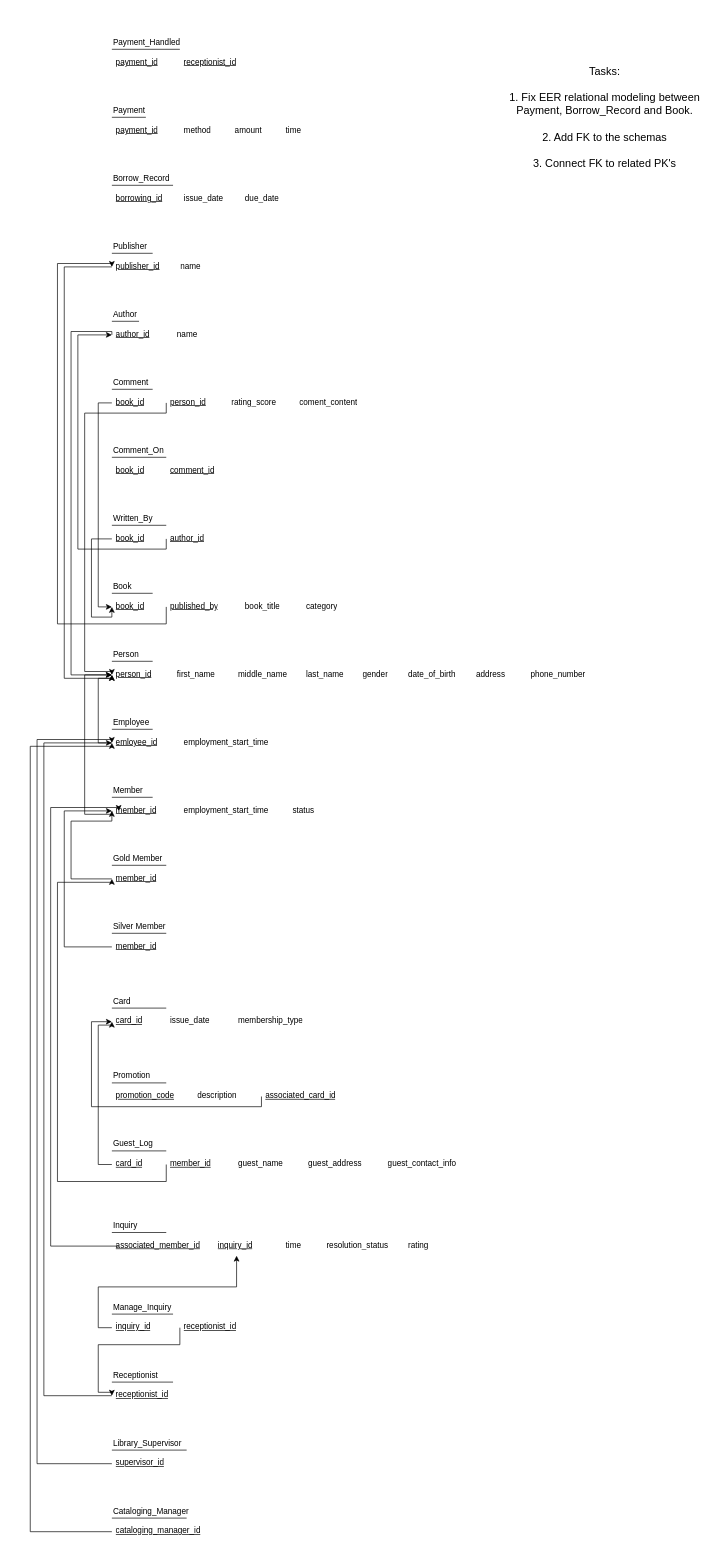
AO-5002/cs4347-EER-project keeps this draw.io diagram as page "RELATIONAL SCHEMA" (2 of 2) of CS4347 - Project.drawio. Above is the earlier version. Source tidied: cells renumbered, new cells numbered last; positions are measured from the earlier drawing's top-left corner, leaving out a move shared by most shapes. Both pictures are drawn from the tidied source at 68%, with x=0, y=0 at pixel (30, 12).
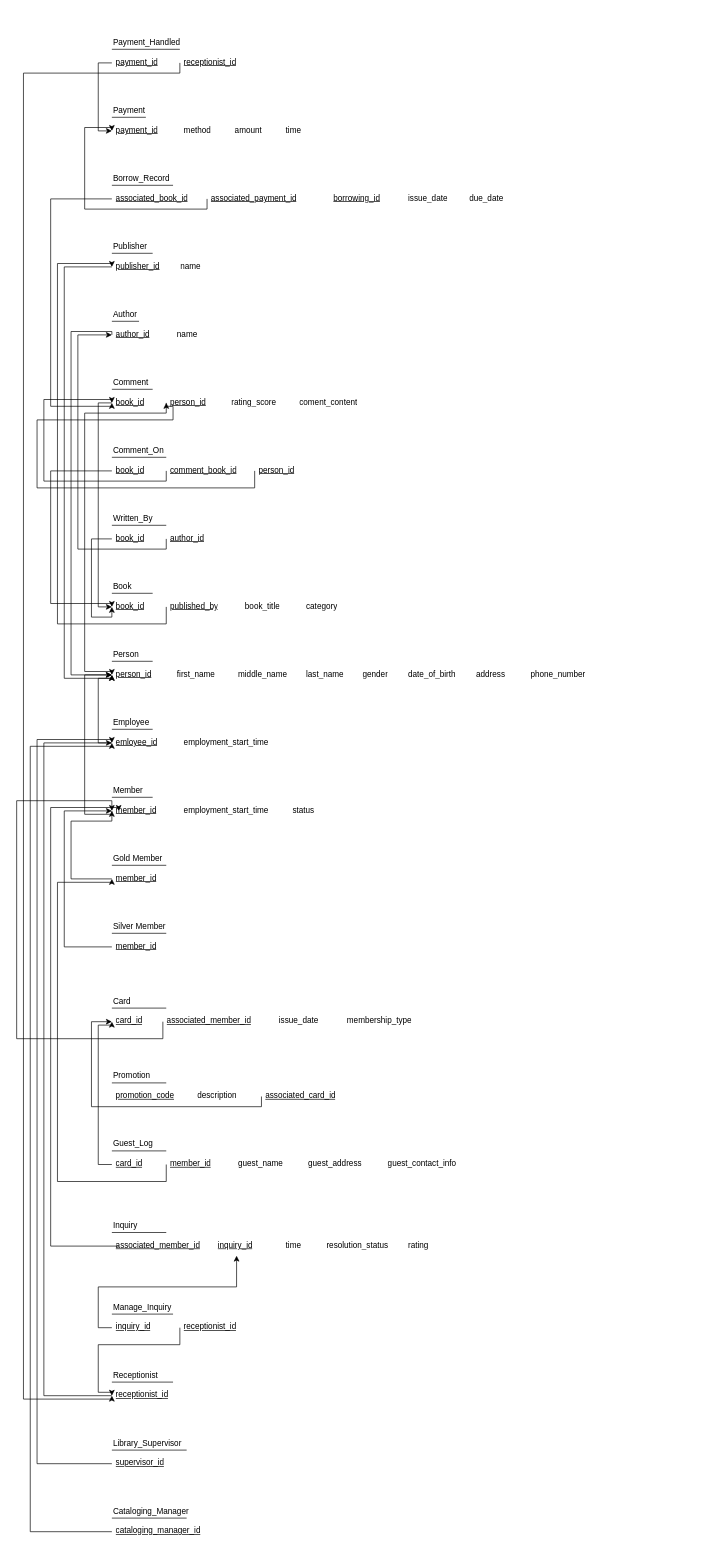
Above is the later version.

Commit message (it also covers changes not shown here):
Finalized FK's and relational mapping. Need revision

The change refers to these unchanged cells:
```xml
<mxCell id="20" value="&lt;u&gt;member_id&lt;/u&gt;" style="text;strokeColor=none;fillColor=none;spacingLeft=4;spacingRight=4;overflow=hidden;points=[[0,0.5],[1,0.5]];portConstraint=eastwest;fontSize=12;whiteSpace=wrap;html=1;" parent="1" vertex="1">
  <mxGeometry x="120" y="1160" width="80" height="30" as="geometry" />
</mxCell>
<mxCell id="51" value="&lt;u&gt;book_id&lt;/u&gt;" style="text;strokeColor=none;fillColor=none;spacingLeft=4;spacingRight=4;overflow=hidden;points=[[0,0.5],[1,0.5]];portConstraint=eastwest;fontSize=12;whiteSpace=wrap;html=1;" parent="1" vertex="1">
  <mxGeometry x="120" y="860" width="80" height="30" as="geometry" />
</mxCell>
<mxCell id="57" value="&lt;u&gt;book_id&lt;/u&gt;" style="text;strokeColor=none;fillColor=none;spacingLeft=4;spacingRight=4;overflow=hidden;points=[[0,0.5],[1,0.5]];portConstraint=eastwest;fontSize=12;whiteSpace=wrap;html=1;" parent="1" vertex="1">
  <mxGeometry x="120" y="560" width="80" height="30" as="geometry" />
</mxCell>
<mxCell id="59" value="&lt;u&gt;person_id&lt;/u&gt;" style="text;strokeColor=none;fillColor=none;spacingLeft=4;spacingRight=4;overflow=hidden;points=[[0,0.5],[1,0.5]];portConstraint=eastwest;fontSize=12;whiteSpace=wrap;html=1;" parent="1" vertex="1">
  <mxGeometry x="200" y="560" width="70" height="30" as="geometry" />
</mxCell>
<mxCell id="64" value="&lt;u&gt;book_id&lt;/u&gt;" style="text;strokeColor=none;fillColor=none;spacingLeft=4;spacingRight=4;overflow=hidden;points=[[0,0.5],[1,0.5]];portConstraint=eastwest;fontSize=12;whiteSpace=wrap;html=1;" parent="1" vertex="1">
  <mxGeometry x="120" y="660" width="80" height="30" as="geometry" />
</mxCell>
<mxCell id="89" value="&lt;u&gt;payment_id&lt;/u&gt;" style="text;strokeColor=none;fillColor=none;spacingLeft=4;spacingRight=4;overflow=hidden;points=[[0,0.5],[1,0.5]];portConstraint=eastwest;fontSize=12;whiteSpace=wrap;html=1;" parent="1" vertex="1">
  <mxGeometry x="120" y="160" width="80" height="30" as="geometry" />
</mxCell>
<mxCell id="107" value="&lt;u&gt;receptionist_id&lt;/u&gt;" style="text;strokeColor=none;fillColor=none;spacingLeft=4;spacingRight=4;overflow=hidden;points=[[0,0.5],[1,0.5]];portConstraint=eastwest;fontSize=12;whiteSpace=wrap;html=1;" parent="1" vertex="1">
  <mxGeometry x="120" y="2020" width="90" height="30" as="geometry" />
</mxCell>
<mxCell id="118" value="&lt;u&gt;payment_id&lt;/u&gt;" style="text;strokeColor=none;fillColor=none;spacingLeft=4;spacingRight=4;overflow=hidden;points=[[0,0.5],[1,0.5]];portConstraint=eastwest;fontSize=12;whiteSpace=wrap;html=1;" parent="1" vertex="1">
  <mxGeometry x="120" y="60" width="80" height="30" as="geometry" />
</mxCell>
<mxCell id="119" value="&lt;u&gt;receptionist_id&lt;/u&gt;" style="text;strokeColor=none;fillColor=none;spacingLeft=4;spacingRight=4;overflow=hidden;points=[[0,0.5],[1,0.5]];portConstraint=eastwest;fontSize=12;whiteSpace=wrap;html=1;" parent="1" vertex="1">
  <mxGeometry x="220" y="60" width="120" height="30" as="geometry" />
</mxCell>
```

Diff of the diagram source:
```diff
@@
     <mxCell id="38" value="issue_date" style="text;strokeColor=none;fillColor=none;spacingLeft=4;spacingRight=4;overflow=hidden;fontSize=12;whiteSpace=wrap;html=1;" parent="1" vertex="1">
-      <mxGeometry x="200" y="1470" width="80" height="30" as="geometry" />
+      <mxGeometry x="360" y="1470" width="80" height="30" as="geometry" />
     </mxCell>
     <mxCell id="39" value="membership_type" style="text;strokeColor=none;fillColor=none;spacingLeft=4;spacingRight=4;overflow=hidden;fontSize=12;whiteSpace=wrap;html=1;" parent="1" vertex="1">
-      <mxGeometry x="300" y="1470" width="120" height="30" as="geometry" />
+      <mxGeometry x="460" y="1470" width="120" height="30" as="geometry" />
     </mxCell>
@@
+    <mxCell id="128" style="edgeStyle=orthogonalEdgeStyle;rounded=0;jettySize=auto;html=1;exitX=0;exitY=0.5;exitDx=0;exitDy=0;entryX=0;entryY=0.5;entryDx=0;entryDy=0;" parent="1" edge="1" source="64" target="51">
+      <mxGeometry relative="1" as="geometry">
+        <Array as="points">
+          <mxPoint x="30" y="675" />
+          <mxPoint x="30" y="870" />
+          <mxPoint x="120" y="870" />
+        </Array>
+      </mxGeometry>
+    </mxCell>
@@
+    <mxCell id="129" style="edgeStyle=orthogonalEdgeStyle;rounded=0;jettySize=auto;html=1;exitX=0;exitY=0.5;exitDx=0;exitDy=0;entryX=0;entryY=0.5;entryDx=0;entryDy=0;" parent="1" edge="1" source="65" target="57">
+      <mxGeometry relative="1" as="geometry">
+        <Array as="points">
+          <mxPoint x="200" y="690" />
+          <mxPoint x="20" y="690" />
+          <mxPoint x="20" y="570" />
+          <mxPoint x="120" y="570" />
+        </Array>
+      </mxGeometry>
+    </mxCell>
-    <mxCell id="65" value="&lt;u&gt;comment_id&lt;/u&gt;" style="text;strokeColor=none;fillColor=none;spacingLeft=4;spacingRight=4;overflow=hidden;points=[[0,0.5],[1,0.5]];portConstraint=eastwest;fontSize=12;whiteSpace=wrap;html=1;" parent="1" vertex="1">
-      <mxGeometry x="200" y="660" width="80" height="30" as="geometry" />
+    <mxCell id="65" value="&lt;u&gt;comment_book_id&lt;/u&gt;" style="text;strokeColor=none;fillColor=none;spacingLeft=4;spacingRight=4;overflow=hidden;points=[[0,0.5],[1,0.5]];portConstraint=eastwest;fontSize=12;whiteSpace=wrap;html=1;" parent="1" vertex="1">
+      <mxGeometry x="200" y="660" width="120" height="30" as="geometry" />
     </mxCell>
@@
     <mxCell id="84" value="&lt;u&gt;borrowing_id&lt;/u&gt;" style="text;strokeColor=none;fillColor=none;spacingLeft=4;spacingRight=4;overflow=hidden;fontSize=12;whiteSpace=wrap;html=1;" parent="1" vertex="1">
-      <mxGeometry x="120" y="260" width="80" height="30" as="geometry" />
+      <mxGeometry x="440" y="260" width="80" height="30" as="geometry" />
     </mxCell>
     <mxCell id="85" value="issue_date" style="text;strokeColor=none;fillColor=none;spacingLeft=4;spacingRight=4;overflow=hidden;fontSize=12;whiteSpace=wrap;html=1;" parent="1" vertex="1">
-      <mxGeometry x="220" y="260" width="70" height="30" as="geometry" />
+      <mxGeometry x="550" y="260" width="70" height="30" as="geometry" />
     </mxCell>
     <mxCell id="86" value="due_date" style="text;strokeColor=none;fillColor=none;spacingLeft=4;spacingRight=4;overflow=hidden;fontSize=12;whiteSpace=wrap;html=1;" parent="1" vertex="1">
-      <mxGeometry x="310" y="260" width="70" height="30" as="geometry" />
+      <mxGeometry x="640" y="260" width="70" height="30" as="geometry" />
     </mxCell>
@@
+    <mxCell id="130" style="edgeStyle=orthogonalEdgeStyle;rounded=0;jettySize=auto;html=1;exitX=0;exitY=0.5;exitDx=0;exitDy=0;entryX=0;entryY=0.5;entryDx=0;entryDy=0;" parent="1" edge="1" source="118" target="89">
+      <mxGeometry relative="1" as="geometry" />
+    </mxCell>
@@
+    <mxCell id="131" style="edgeStyle=orthogonalEdgeStyle;rounded=0;jettySize=auto;html=1;exitX=0;exitY=0.5;exitDx=0;exitDy=0;entryX=0;entryY=0.5;entryDx=0;entryDy=0;" parent="1" edge="1" source="119" target="107">
+      <mxGeometry relative="1" as="geometry">
+        <Array as="points">
+          <mxPoint x="220" y="90" />
+          <mxPoint x="-10" y="90" />
+          <mxPoint x="-10" y="2040" />
+          <mxPoint x="120" y="2040" />
+        </Array>
+      </mxGeometry>
+    </mxCell>
@@
-    <mxCell id="120" value="&lt;font style=&quot;font-size: 16px;&quot;&gt;Tasks:&lt;/font&gt;&lt;div&gt;&lt;font size=&quot;3&quot;&gt;&lt;br&gt;&lt;/font&gt;&lt;div&gt;&lt;font style=&quot;font-size: 16px;&quot;&gt;1. Fix EER relational modeling between Payment, Borrow_Record and Book.&lt;/font&gt;&lt;/div&gt;&lt;div&gt;&lt;font style=&quot;font-size: 16px;&quot;&gt;&lt;br&gt;&lt;/font&gt;&lt;/div&gt;&lt;div&gt;&lt;font style=&quot;font-size: 16px;&quot;&gt;2. Add FK to the schemas&lt;/font&gt;&lt;/div&gt;&lt;/div&gt;&lt;div&gt;&lt;font style=&quot;font-size: 16px;&quot;&gt;&lt;br&gt;&lt;/font&gt;&lt;/div&gt;&lt;div&gt;&lt;font style=&quot;font-size: 16px;&quot;&gt;3. Connect FK to related PK's&lt;/font&gt;&lt;/div&gt;" style="text;html=1;whiteSpace=wrap;strokeColor=none;fillColor=none;align=center;verticalAlign=middle;rounded=0;" parent="1" vertex="1">
-      <mxGeometry x="690" width="310" height="310" as="geometry" />
-    </mxCell>
@@
+    <mxCell id="132" style="edgeStyle=orthogonalEdgeStyle;rounded=0;jettySize=auto;html=1;exitX=0;exitY=0.5;exitDx=0;exitDy=0;entryX=0;entryY=0.5;entryDx=0;entryDy=0;" parent="1" edge="1" source="133" target="59">
+      <mxGeometry relative="1" as="geometry">
+        <Array as="points">
+          <mxPoint x="330" y="700" />
+          <mxPoint x="10" y="700" />
+          <mxPoint x="10" y="600" />
+          <mxPoint x="210" y="600" />
+          <mxPoint x="210" y="580" />
+          <mxPoint x="200" y="580" />
+        </Array>
+      </mxGeometry>
+    </mxCell>
+    <mxCell id="133" value="&lt;u&gt;person_id&lt;/u&gt;" style="text;strokeColor=none;fillColor=none;spacingLeft=4;spacingRight=4;overflow=hidden;points=[[0,0.5],[1,0.5]];portConstraint=eastwest;fontSize=12;whiteSpace=wrap;html=1;" parent="1" vertex="1">
+      <mxGeometry x="330" y="660" width="120" height="30" as="geometry" />
+    </mxCell>
+    <mxCell id="134" style="edgeStyle=orthogonalEdgeStyle;rounded=0;jettySize=auto;html=1;exitX=0;exitY=0.5;exitDx=0;exitDy=0;entryX=0;entryY=0.5;entryDx=0;entryDy=0;" parent="1" edge="1" source="135" target="20">
+      <mxGeometry relative="1" as="geometry">
+        <Array as="points">
+          <mxPoint x="195" y="1510" />
+          <mxPoint x="-20" y="1510" />
+          <mxPoint x="-20" y="1160" />
+          <mxPoint x="120" y="1160" />
+        </Array>
+      </mxGeometry>
+    </mxCell>
+    <mxCell id="135" value="&lt;u&gt;associated_member_id&lt;/u&gt;" style="text;strokeColor=none;fillColor=none;spacingLeft=4;spacingRight=4;overflow=hidden;points=[[0,0.5],[1,0.5]];portConstraint=eastwest;fontSize=12;whiteSpace=wrap;html=1;" parent="1" vertex="1">
+      <mxGeometry x="195" y="1470" width="145" height="30" as="geometry" />
+    </mxCell>
+    <mxCell id="136" style="edgeStyle=orthogonalEdgeStyle;rounded=0;jettySize=auto;html=1;entryX=0;entryY=0.5;entryDx=0;entryDy=0;" parent="1" edge="1" source="137" target="57">
+      <mxGeometry relative="1" as="geometry">
+        <Array as="points">
+          <mxPoint x="30" y="275" />
+          <mxPoint x="30" y="580" />
+          <mxPoint x="120" y="580" />
+        </Array>
+      </mxGeometry>
+    </mxCell>
+    <mxCell id="137" value="&lt;u&gt;associated_book_id&lt;/u&gt;" style="text;strokeColor=none;fillColor=none;spacingLeft=4;spacingRight=4;overflow=hidden;points=[[0,0.5],[1,0.5]];portConstraint=eastwest;fontSize=12;whiteSpace=wrap;html=1;" parent="1" vertex="1">
+      <mxGeometry x="120" y="260" width="145" height="30" as="geometry" />
+    </mxCell>
+    <mxCell id="138" style="edgeStyle=orthogonalEdgeStyle;rounded=0;jettySize=auto;html=1;exitX=0;exitY=0.5;exitDx=0;exitDy=0;entryX=0;entryY=0.5;entryDx=0;entryDy=0;" parent="1" edge="1" source="139" target="89">
+      <mxGeometry relative="1" as="geometry">
+        <Array as="points">
+          <mxPoint x="260" y="290" />
+          <mxPoint x="80" y="290" />
+          <mxPoint x="80" y="170" />
+          <mxPoint x="120" y="170" />
+        </Array>
+      </mxGeometry>
+    </mxCell>
+    <mxCell id="139" value="&lt;u&gt;associated_payment_id&lt;/u&gt;" style="text;strokeColor=none;fillColor=none;spacingLeft=4;spacingRight=4;overflow=hidden;points=[[0,0.5],[1,0.5]];portConstraint=eastwest;fontSize=12;whiteSpace=wrap;html=1;" parent="1" vertex="1">
+      <mxGeometry x="260" y="260" width="145" height="30" as="geometry" />
+    </mxCell>
```
